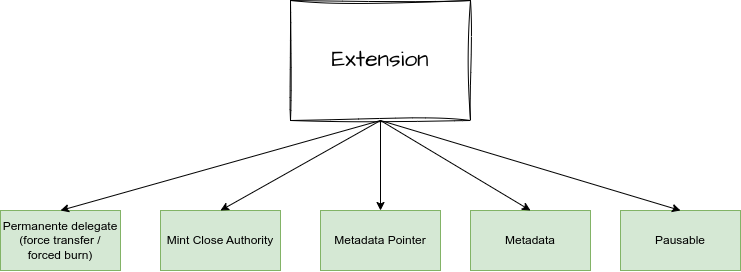
Before: schema/solana-cmtat-extension.drawio.png, a diagram exported from draw.io (CMTA/CMTAT_Solana). Source tidied: cells renumbered, new cells last; positions are measured from the earlier drawing's top-left corner, leaving out a move shared by most shapes.
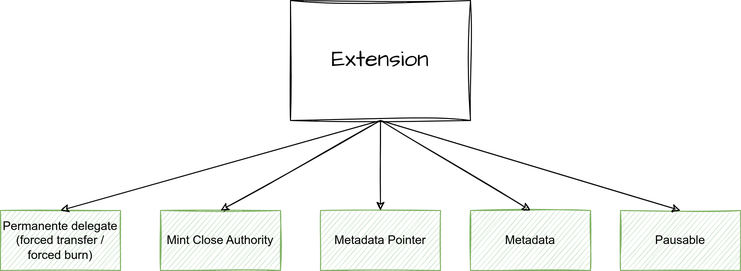
The same file after the commit.

The edit, as a diff of the source:
```diff
@@ -5,36 +5,36 @@
     <mxCell id="2" value="Extension" style="rounded=0;whiteSpace=wrap;html=1;sketch=1;hachureGap=4;jiggle=2;fontFamily=Architects Daughter;fontSource=https%3A%2F%2Ffonts.googleapis.com%2Fcss%3Ffamily%3DArchitects%2BDaughter;fontSize=23;" parent="1" vertex="1">
       <mxGeometry x="290" width="180" height="120" as="geometry" />
     </mxCell>
-    <mxCell id="3" value="Mint Close Authority" style="rounded=0;whiteSpace=wrap;html=1;fillColor=#d5e8d4;strokeColor=#82b366;" parent="1" vertex="1">
+    <mxCell id="3" value="Mint Close Authority" style="rounded=0;whiteSpace=wrap;html=1;fillColor=#d5e8d4;strokeColor=#82b366;sketch=1;" parent="1" vertex="1">
       <mxGeometry x="160" y="210" width="120" height="60" as="geometry" />
     </mxCell>
-    <mxCell id="4" value="Permanente delegate&lt;br&gt;(force transfer / forced burn)" style="rounded=0;whiteSpace=wrap;html=1;fillColor=#d5e8d4;strokeColor=#82b366;" parent="1" vertex="1">
+    <mxCell id="4" value="Permanente delegate&lt;br&gt;(forced transfer / forced burn)" style="rounded=0;whiteSpace=wrap;html=1;fillColor=#d5e8d4;strokeColor=#82b366;sketch=1;" parent="1" vertex="1">
       <mxGeometry y="210" width="120" height="60" as="geometry" />
     </mxCell>
-    <mxCell id="5" value="Metadata Pointer" style="rounded=0;whiteSpace=wrap;html=1;fillColor=#d5e8d4;strokeColor=#82b366;" parent="1" vertex="1">
+    <mxCell id="5" value="Metadata Pointer" style="rounded=0;whiteSpace=wrap;html=1;fillColor=#d5e8d4;strokeColor=#82b366;sketch=1;" parent="1" vertex="1">
       <mxGeometry x="320" y="210" width="120" height="60" as="geometry" />
     </mxCell>
-    <mxCell id="6" value="Metadata" style="rounded=0;whiteSpace=wrap;html=1;fillColor=#d5e8d4;strokeColor=#82b366;" parent="1" vertex="1">
+    <mxCell id="6" value="Metadata" style="rounded=0;whiteSpace=wrap;html=1;fillColor=#d5e8d4;strokeColor=#82b366;sketch=1;" parent="1" vertex="1">
       <mxGeometry x="470" y="210" width="120" height="60" as="geometry" />
     </mxCell>
-    <mxCell id="7" value="Pausable" style="rounded=0;whiteSpace=wrap;html=1;fillColor=#d5e8d4;strokeColor=#82b366;" parent="1" vertex="1">
+    <mxCell id="7" value="Pausable" style="rounded=0;whiteSpace=wrap;html=1;fillColor=#d5e8d4;strokeColor=#82b366;sketch=1;" parent="1" vertex="1">
       <mxGeometry x="620" y="210" width="120" height="60" as="geometry" />
     </mxCell>
-    <mxCell id="8" style="endArrow=classic;html=1;rounded=0;exitX=0.5;exitY=1;exitDx=0;exitDy=0;entryX=0.5;entryY=0;entryDx=0;entryDy=0;" parent="1" edge="1" source="2" target="4">
+    <mxCell id="8" style="endArrow=classic;html=1;rounded=0;exitX=0.5;exitY=1;exitDx=0;exitDy=0;entryX=0.5;entryY=0;entryDx=0;entryDy=0;sketch=1;" parent="1" edge="1" source="2" target="4">
       <mxGeometry relative="1" as="geometry" />
     </mxCell>
-    <mxCell id="9" style="endArrow=classic;html=1;rounded=0;exitX=0.5;exitY=1;exitDx=0;exitDy=0;entryX=0.5;entryY=0;entryDx=0;entryDy=0;" parent="1" edge="1" source="2" target="3">
+    <mxCell id="9" style="endArrow=classic;html=1;rounded=0;exitX=0.5;exitY=1;exitDx=0;exitDy=0;entryX=0.5;entryY=0;entryDx=0;entryDy=0;sketch=1;" parent="1" edge="1" source="2" target="3">
       <mxGeometry relative="1" as="geometry" />
     </mxCell>
-    <mxCell id="10" style="endArrow=classic;html=1;rounded=0;exitX=0.5;exitY=1;exitDx=0;exitDy=0;entryX=0.5;entryY=0;entryDx=0;entryDy=0;" parent="1" edge="1" source="2" target="5">
+    <mxCell id="10" style="endArrow=classic;html=1;rounded=0;exitX=0.5;exitY=1;exitDx=0;exitDy=0;entryX=0.5;entryY=0;entryDx=0;entryDy=0;sketch=1;" parent="1" edge="1" source="2" target="5">
       <mxGeometry relative="1" as="geometry" />
     </mxCell>
-    <mxCell id="11" style="endArrow=classic;html=1;rounded=0;entryX=0.5;entryY=0;entryDx=0;entryDy=0;" parent="1" edge="1" target="6">
+    <mxCell id="11" style="endArrow=classic;html=1;rounded=0;entryX=0.5;entryY=0;entryDx=0;entryDy=0;sketch=1;" parent="1" edge="1" target="6">
       <mxGeometry relative="1" as="geometry">
         <mxPoint x="380" y="120" as="sourcePoint" />
       </mxGeometry>
     </mxCell>
-    <mxCell id="12" style="endArrow=classic;html=1;rounded=0;entryX=0.5;entryY=0;entryDx=0;entryDy=0;" parent="1" edge="1" target="7">
+    <mxCell id="12" style="endArrow=classic;html=1;rounded=0;entryX=0.5;entryY=0;entryDx=0;entryDy=0;sketch=1;" parent="1" edge="1" target="7">
       <mxGeometry relative="1" as="geometry">
         <mxPoint x="380" y="120" as="sourcePoint" />
       </mxGeometry>
```
